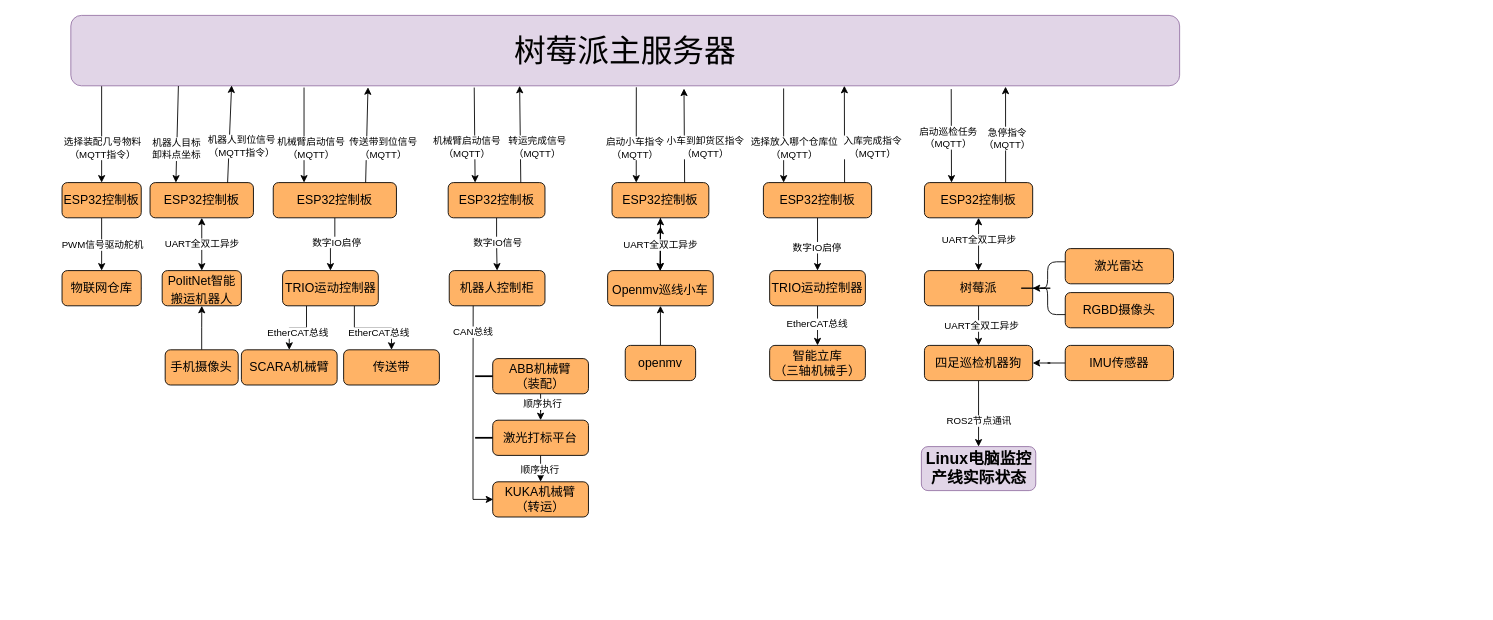
Above: Intelligent production line.drawio in Li-Chaoran/hello-world (draw.io), before the change. Source tidied: cells renumbered, new cells numbered last; positions are measured from the earlier drawing's top-left corner, leaving out a move shared by most shapes. Both pictures are drawn from the tidied source at 88%, with x=0, y=0 at pixel (62, 15).
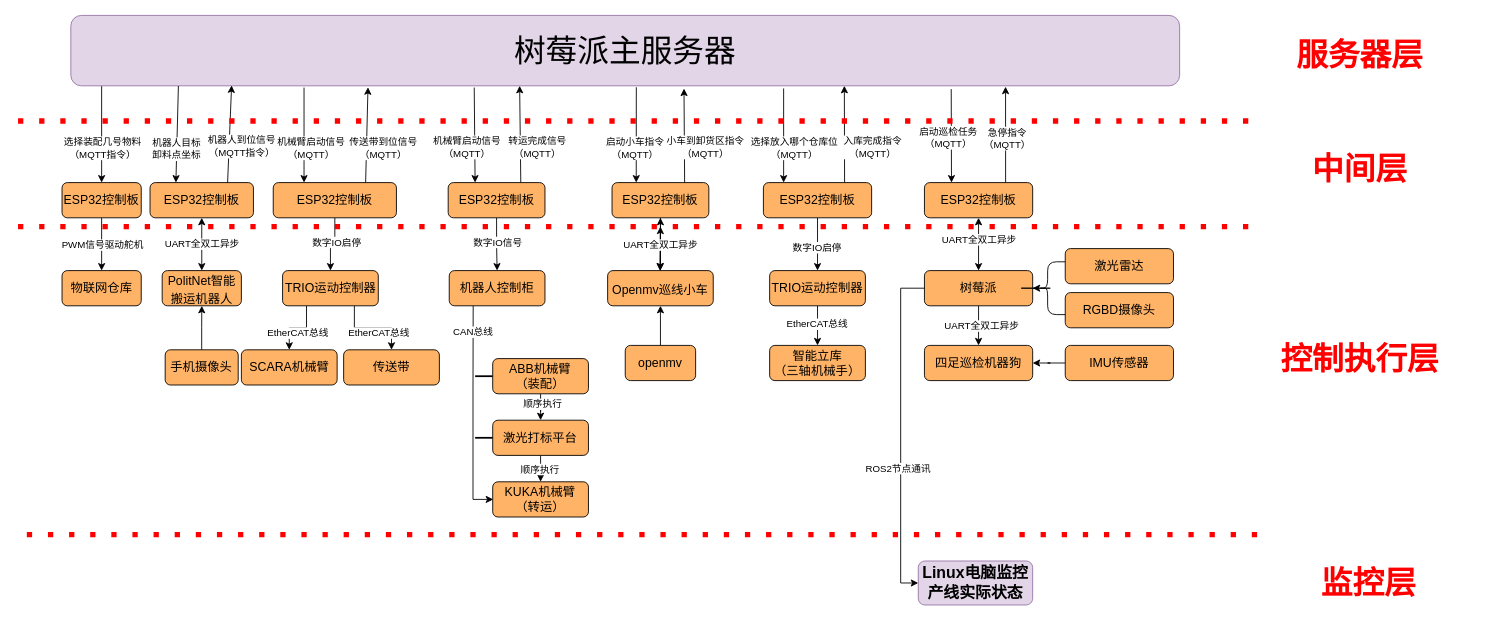
After the change.

Unchanged cells that the change refers to:
```xml
<mxCell id="75" value="&lt;font style=&quot;font-size: 14px;&quot;&gt;树莓派&lt;/font&gt;" style="rounded=1;whiteSpace=wrap;html=1;fillColor=light-dark(#FFB366,var(--ge-dark-color, #121212));" parent="1" vertex="1">
  <mxGeometry x="980" y="290" width="123" height="40" as="geometry" />
</mxCell>
<mxCell id="78" value="&lt;font style=&quot;font-size: 14px;&quot;&gt;四足巡检机器狗&lt;/font&gt;" style="rounded=1;whiteSpace=wrap;html=1;fillColor=light-dark(#FFB366,var(--ge-dark-color, #121212));" parent="1" vertex="1">
  <mxGeometry x="980" y="375" width="123" height="40" as="geometry" />
</mxCell>
```

The edit, as a diff of the source:
```diff
@@
+    <mxCell id="96" style="edgeStyle=orthogonalEdgeStyle;rounded=0;jettySize=auto;html=1;exitX=0;exitY=0.5;exitDx=0;exitDy=0;entryX=0;entryY=0.5;entryDx=0;entryDy=0;" parent="1" edge="1" source="75" target="91">
+      <mxGeometry relative="1" as="geometry" />
+    </mxCell>
+    <mxCell id="77" value="ROS2节点通讯" style="edgeLabel;html=1;align=center;verticalAlign=middle;" parent="96" vertex="1">
+      <mxGeometry x="0.21" y="-4" relative="1" as="geometry" />
+    </mxCell>
@@
-    <mxCell id="76" style="edgeStyle=orthogonalEdgeStyle;rounded=0;jettySize=auto;html=1;" parent="1" edge="1" source="78" target="91">
-      <mxGeometry relative="1" as="geometry" />
-    </mxCell>
-    <mxCell id="77" value="ROS2节点通讯" style="edgeLabel;html=1;align=center;verticalAlign=middle;" parent="76" vertex="1">
-      <mxGeometry x="0.03" y="-2" relative="1" as="geometry">
-        <mxPoint x="2" y="6" as="offset" />
-      </mxGeometry>
-    </mxCell>
@@
     <mxCell id="91" value="&lt;font style=&quot;font-size: 18px;&quot;&gt;&lt;b&gt;Linux电脑监控产线实际状态&lt;/b&gt;&lt;/font&gt;" style="rounded=1;whiteSpace=wrap;html=1;fillColor=#e1d5e7;strokeColor=#9673a6;" parent="1" vertex="1">
-      <mxGeometry x="976.5" y="490" width="130" height="50" as="geometry" />
+      <mxGeometry x="973" y="620" width="130" height="50" as="geometry" />
     </mxCell>
@@
+    <mxCell id="97" style="endArrow=none;dashed=1;html=1;dashPattern=1 3;strokeWidth=6;rounded=0;strokeColor=#FF0000;" parent="1" edge="1">
+      <mxGeometry relative="1" as="geometry">
+        <mxPoint x="-50" y="120" as="sourcePoint" />
+        <mxPoint x="1350" y="120" as="targetPoint" />
+      </mxGeometry>
+    </mxCell>
+    <mxCell id="98" style="endArrow=none;dashed=1;html=1;dashPattern=1 3;strokeWidth=6;rounded=0;strokeColor=#FF0000;" parent="1" edge="1">
+      <mxGeometry relative="1" as="geometry">
+        <mxPoint x="-50" y="240" as="sourcePoint" />
+        <mxPoint x="1350" y="240" as="targetPoint" />
+      </mxGeometry>
+    </mxCell>
+    <mxCell id="99" style="endArrow=none;dashed=1;html=1;dashPattern=1 3;strokeWidth=6;rounded=0;strokeColor=#FF0000;" parent="1" edge="1">
+      <mxGeometry relative="1" as="geometry">
+        <mxPoint x="-40" y="590" as="sourcePoint" />
+        <mxPoint x="1360" y="590" as="targetPoint" />
+      </mxGeometry>
+    </mxCell>
+    <mxCell id="100" value="&lt;font style=&quot;font-size: 36px; color: rgb(255, 0, 0);&quot;&gt;&lt;b style=&quot;&quot;&gt;服务器层&lt;/b&gt;&lt;/font&gt;" style="text;html=1;align=center;verticalAlign=middle;whiteSpace=wrap;rounded=0;" parent="1" vertex="1">
+      <mxGeometry x="1350" y="30" width="250" height="30" as="geometry" />
+    </mxCell>
+    <mxCell id="101" value="&lt;font style=&quot;font-size: 36px; color: rgb(255, 0, 0);&quot;&gt;&lt;b style=&quot;&quot;&gt;中间层&lt;/b&gt;&lt;/font&gt;" style="text;html=1;align=center;verticalAlign=middle;whiteSpace=wrap;rounded=0;" parent="1" vertex="1">
+      <mxGeometry x="1350" y="160" width="250" height="30" as="geometry" />
+    </mxCell>
+    <mxCell id="102" value="&lt;font style=&quot;font-size: 36px; color: rgb(255, 0, 0);&quot;&gt;&lt;b style=&quot;&quot;&gt;控制执行层&lt;/b&gt;&lt;/font&gt;" style="text;html=1;align=center;verticalAlign=middle;whiteSpace=wrap;rounded=0;" parent="1" vertex="1">
+      <mxGeometry x="1350" y="375" width="250" height="30" as="geometry" />
+    </mxCell>
+    <mxCell id="103" value="&lt;font style=&quot;font-size: 36px; color: rgb(255, 0, 0);&quot;&gt;&lt;b style=&quot;&quot;&gt;监控层&lt;/b&gt;&lt;/font&gt;" style="text;html=1;align=center;verticalAlign=middle;whiteSpace=wrap;rounded=0;" parent="1" vertex="1">
+      <mxGeometry x="1360" y="630" width="250" height="30" as="geometry" />
+    </mxCell>
```
